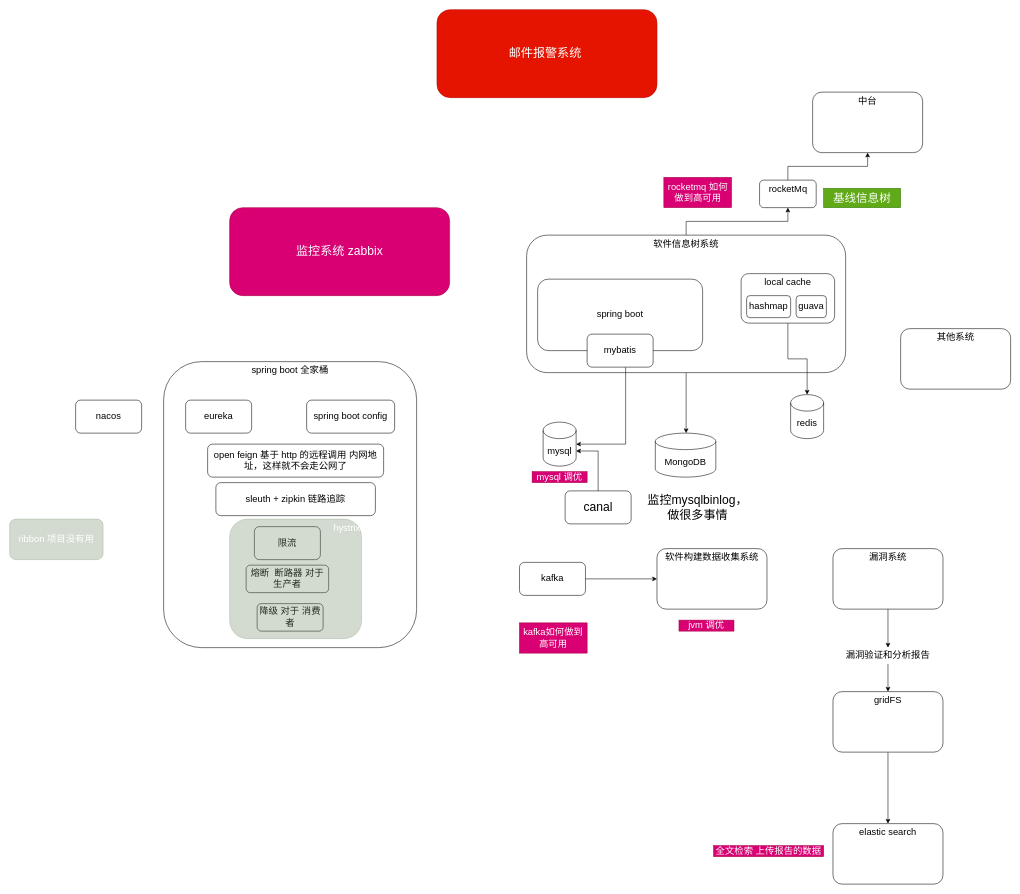
This is draw notes/projects.drawio from TrumanXia/learn, a draw.io file, before an edit. Source tidied: cells renumbered, new cells numbered last; positions are measured from the earlier drawing's top-left corner, leaving out a move shared by most shapes. Both pictures are drawn from the tidied source at 55%, with x=0, y=0 at pixel (9, 9).
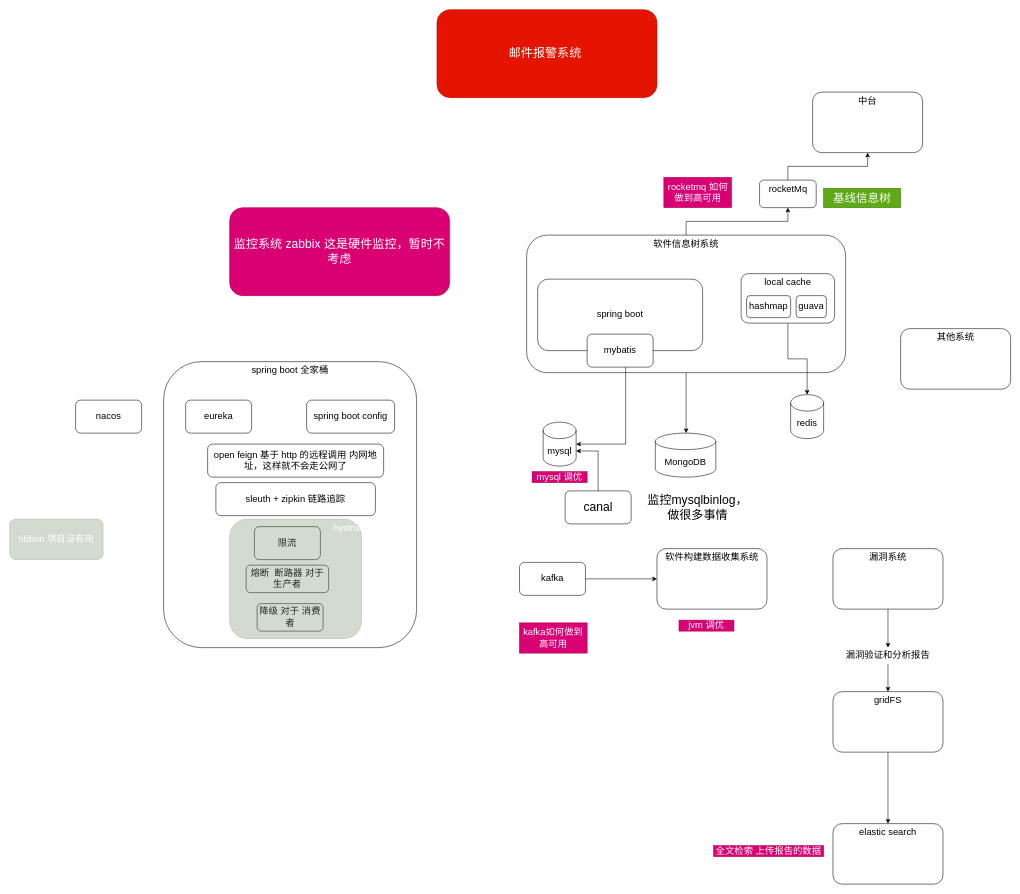
After the change.

Change to the diagram source:
```diff
@@
-    <mxCell id="32" value="监控系统 zabbix" style="rounded=1;whiteSpace=wrap;html=1;fillColor=#d80073;strokeColor=#A50040;fontColor=#ffffff;fontSize=22;" parent="1" vertex="1">
+    <mxCell id="32" value="监控系统 zabbix 这是硬件监控，暂时不考虑" style="rounded=1;whiteSpace=wrap;html=1;fillColor=#d80073;strokeColor=#A50040;fontColor=#ffffff;fontSize=22;" parent="1" vertex="1">
       <mxGeometry x="400" y="360" width="400" height="160" as="geometry" />
     </mxCell>
```
